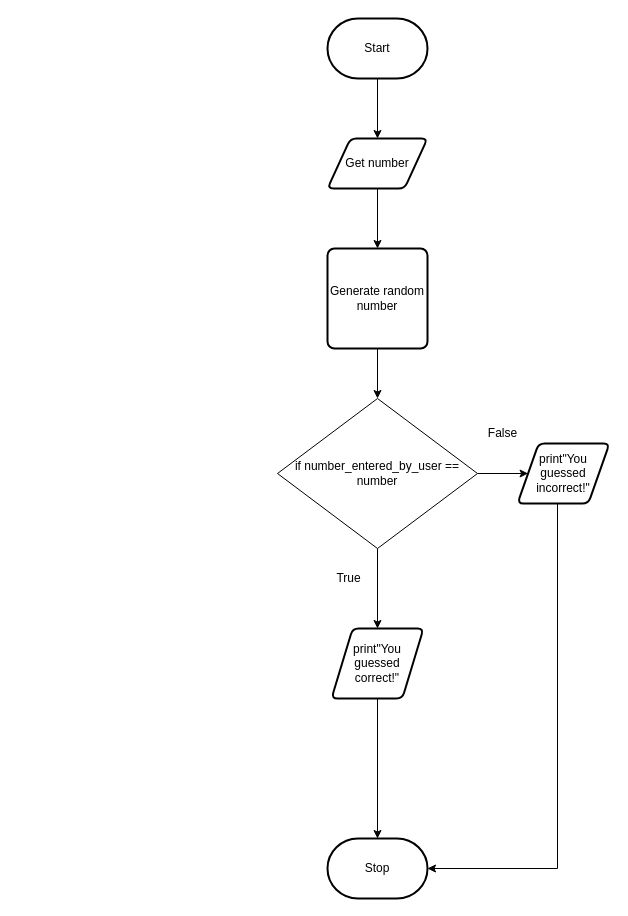
Above: flowchart.drawio in michael-clermont1/ICS3U-Unit4-03-Python (draw.io), before the change. Source tidied: cells renumbered, new cells numbered last; positions are measured from the earlier drawing's top-left corner, leaving out a move shared by most shapes. Both pictures are drawn from the tidied source at 100%, with x=0, y=0 at pixel (277, 18).
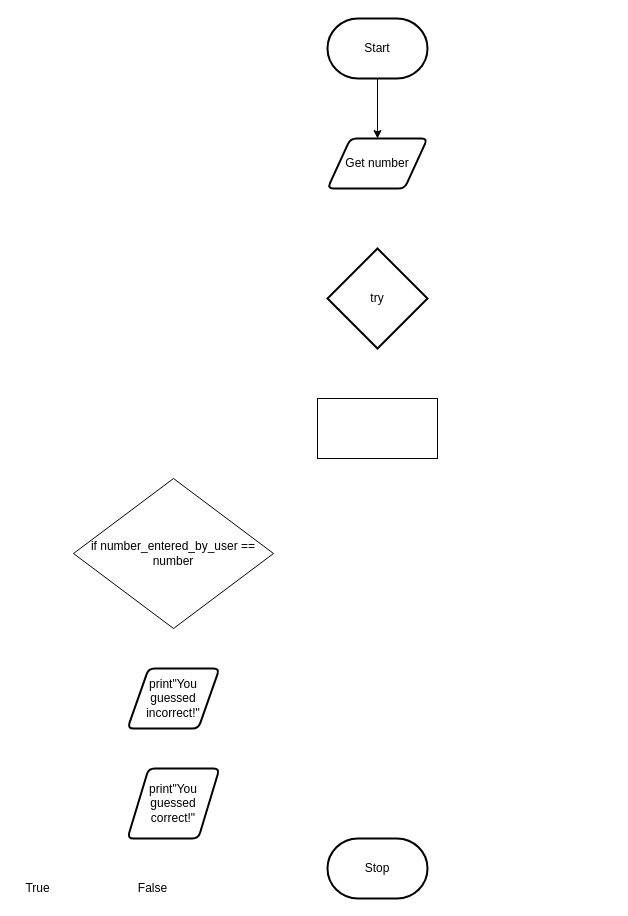
After the change.

What changed in the source:
```diff
@@
 <mxGraphModel>
   <root>
     <mxCell id="0" />
     <mxCell id="1" parent="0" />
-    <mxCell id="2" style="edgeStyle=orthogonalEdgeStyle;rounded=0;html=1;exitX=0.5;exitY=1;exitDx=0;exitDy=0;entryX=0.5;entryY=0;entryDx=0;entryDy=0;" parent="1" edge="1" source="3" target="17">
-      <mxGeometry relative="1" as="geometry" />
-    </mxCell>
     <mxCell id="3" value="Get number" style="shape=parallelogram;html=1;strokeWidth=2;perimeter=parallelogramPerimeter;whiteSpace=wrap;rounded=1;arcSize=12;size=0.23;" parent="1" vertex="1">
       <mxGeometry x="50" y="120" width="100" height="50" as="geometry" />
     </mxCell>
     <mxCell id="4" style="edgeStyle=orthogonalEdgeStyle;rounded=0;html=1;entryX=0.5;entryY=0;entryDx=0;entryDy=0;" parent="1" edge="1" source="5" target="3">
       <mxGeometry relative="1" as="geometry" />
     </mxCell>
     <mxCell id="5" value="Start" style="strokeWidth=2;html=1;shape=mxgraph.flowchart.terminator;whiteSpace=wrap;" parent="1" vertex="1">
       <mxGeometry x="50" width="100" height="60" as="geometry" />
     </mxCell>
     <mxCell id="6" value="Stop" style="strokeWidth=2;html=1;shape=mxgraph.flowchart.terminator;whiteSpace=wrap;" parent="1" vertex="1">
       <mxGeometry x="50" y="820" width="100" height="60" as="geometry" />
     </mxCell>
-    <mxCell id="7" style="edgeStyle=orthogonalEdgeStyle;rounded=0;html=1;entryX=0.5;entryY=0;entryDx=0;entryDy=0;entryPerimeter=0;" parent="1" edge="1" source="8" target="6">
-      <mxGeometry relative="1" as="geometry" />
-    </mxCell>
     <mxCell id="8" value="print&quot;You guessed correct!&quot;" style="shape=parallelogram;html=1;strokeWidth=2;perimeter=parallelogramPerimeter;whiteSpace=wrap;rounded=1;arcSize=12;size=0.23;" parent="1" vertex="1">
-      <mxGeometry x="54" y="610" width="92" height="70" as="geometry" />
+      <mxGeometry x="-150" y="750" width="92" height="70" as="geometry" />
     </mxCell>
-    <mxCell id="9" style="edgeStyle=orthogonalEdgeStyle;rounded=0;html=1;entryX=1;entryY=0.5;entryDx=0;entryDy=0;entryPerimeter=0;" parent="1" edge="1" source="10" target="6">
-      <mxGeometry relative="1" as="geometry">
-        <Array as="points">
-          <mxPoint x="280" y="850" />
-        </Array>
-      </mxGeometry>
-    </mxCell>
     <mxCell id="10" value="print&quot;You guessed incorrect!&quot;" style="shape=parallelogram;html=1;strokeWidth=2;perimeter=parallelogramPerimeter;whiteSpace=wrap;rounded=1;arcSize=12;size=0.23;" parent="1" vertex="1">
-      <mxGeometry x="240" y="425" width="92" height="60" as="geometry" />
+      <mxGeometry x="-150" y="650" width="92" height="60" as="geometry" />
     </mxCell>
-    <mxCell id="11" style="edgeStyle=none;html=1;entryX=0.5;entryY=0;entryDx=0;entryDy=0;" parent="1" edge="1" source="13" target="8">
-      <mxGeometry relative="1" as="geometry" />
-    </mxCell>
-    <mxCell id="12" style="edgeStyle=orthogonalEdgeStyle;html=1;entryX=0;entryY=0.5;entryDx=0;entryDy=0;" parent="1" edge="1" source="13" target="10">
-      <mxGeometry relative="1" as="geometry" />
-    </mxCell>
     <mxCell id="13" value="&lt;span&gt;if number_entered_by_user == number&lt;/span&gt;" style="rhombus;whiteSpace=wrap;html=1;" parent="1" vertex="1">
-      <mxGeometry y="380" width="200" height="150" as="geometry" />
+      <mxGeometry x="-204" y="460" width="200" height="150" as="geometry" />
     </mxCell>
     <mxCell id="14" value="False" style="text;html=1;align=center;verticalAlign=middle;fillColor=none;strokeColor=none;rounded=0;" parent="1" vertex="1">
-      <mxGeometry x="200" y="405" width="50" height="20" as="geometry" />
+      <mxGeometry x="-150" y="860" width="50" height="20" as="geometry" />
     </mxCell>
     <mxCell id="15" value="True" style="text;html=1;align=center;verticalAlign=middle;fillColor=none;strokeColor=none;rounded=0;" parent="1" vertex="1">
-      <mxGeometry x="51" y="550" width="40" height="20" as="geometry" />
+      <mxGeometry x="-260" y="860" width="40" height="20" as="geometry" />
     </mxCell>
-    <mxCell id="16" style="edgeStyle=orthogonalEdgeStyle;rounded=0;html=1;entryX=0.5;entryY=0;entryDx=0;entryDy=0;" parent="1" edge="1" source="17" target="13">
-      <mxGeometry relative="1" as="geometry" />
+    <mxCell id="16" value="try" style="strokeWidth=2;html=1;shape=mxgraph.flowchart.decision;whiteSpace=wrap;" parent="1" vertex="1">
+      <mxGeometry x="50" y="230" width="100" height="100" as="geometry" />
     </mxCell>
-    <mxCell id="17" value="Generate random number" style="rounded=1;whiteSpace=wrap;html=1;absoluteArcSize=1;arcSize=14;strokeWidth=2;" parent="1" vertex="1">
-      <mxGeometry x="50" y="230" width="100" height="100" as="geometry" />
-    </mxCell>
+    <mxCell id="18" style="rounded=0;whiteSpace=wrap;html=1;" parent="1" vertex="1">
+      <mxGeometry x="40" y="380" width="120" height="60" as="geometry" />
+    </mxCell>
   </root>
 </mxGraphModel>
```
